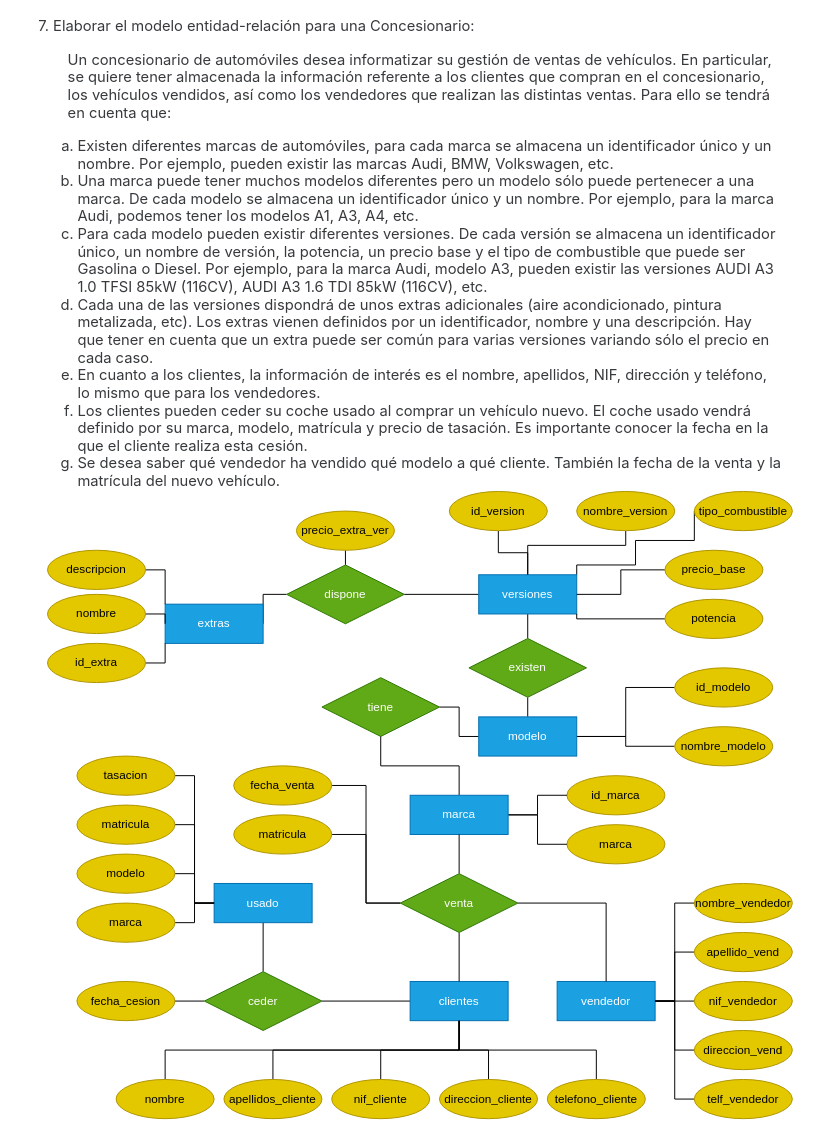
This is drawio/7_concesionario.drawio from jcfr4n/diagramas, a draw.io file, before an edit. Source tidied: cells renumbered, new cells numbered last; positions are measured from the earlier drawing's top-left corner, leaving out a move shared by most shapes. Both pictures are drawn from the tidied source at 98%, with x=0, y=0 at pixel (37, 21).
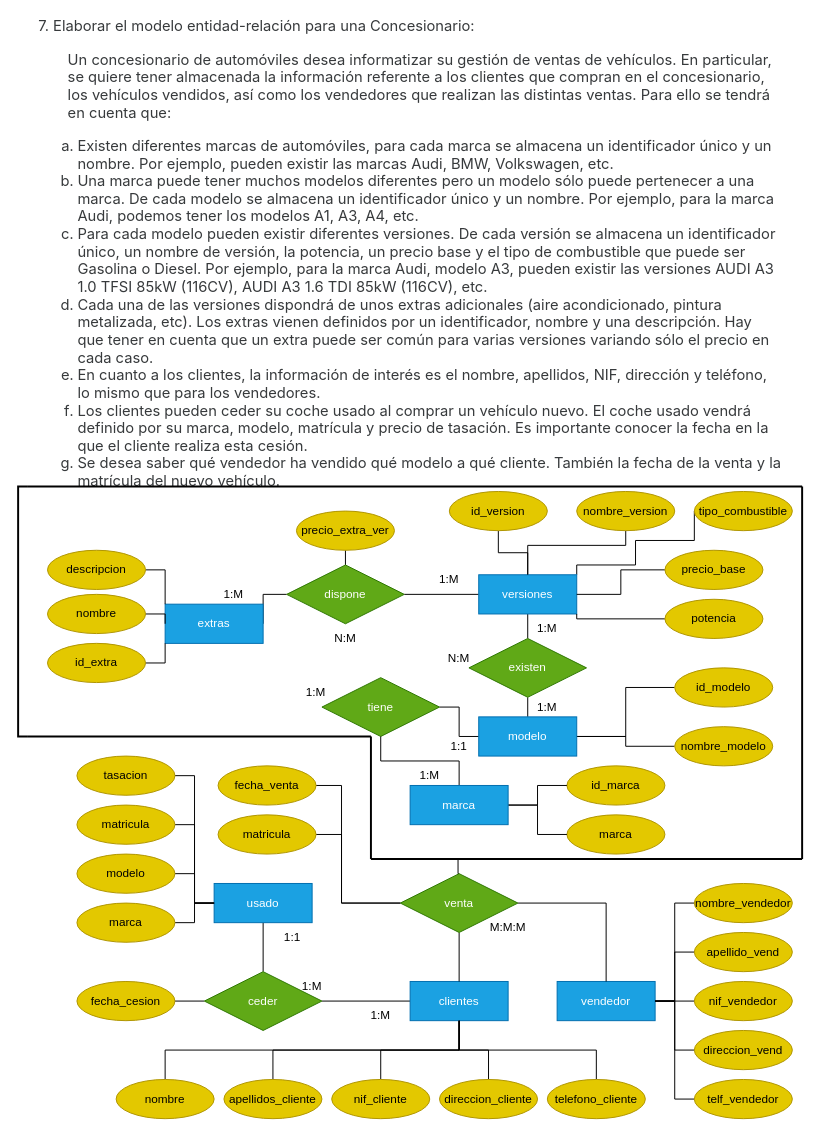
The same page after the edit.

Unchanged cells that the change refers to:
```xml
<mxCell id="82" value="venta" style="shape=rhombus;perimeter=rhombusPerimeter;whiteSpace=wrap;html=1;align=center;fillColor=#60a917;fontColor=#ffffff;strokeColor=#2D7600;" parent="1" vertex="1">
  <mxGeometry x="370" y="870" width="120" height="60" as="geometry" />
</mxCell>
```

What changed in the source:
```diff
@@
     <mxCell id="3" value="id_marca" style="ellipse;whiteSpace=wrap;html=1;align=center;fillColor=#e3c800;fontColor=#000000;strokeColor=#B09500;" parent="1" vertex="1">
-      <mxGeometry x="540" y="770" width="100" height="40" as="geometry" />
+      <mxGeometry x="540" y="760" width="100" height="40" as="geometry" />
     </mxCell>
     <mxCell id="4" value="marca" style="ellipse;whiteSpace=wrap;html=1;align=center;fillColor=#e3c800;fontColor=#000000;strokeColor=#B09500;" parent="1" vertex="1">
-      <mxGeometry x="540" y="820" width="100" height="40" as="geometry" />
+      <mxGeometry x="540" y="810" width="100" height="40" as="geometry" />
     </mxCell>
@@
     <mxCell id="10" value="marca" style="whiteSpace=wrap;html=1;align=center;fillColor=#1ba1e2;fontColor=#ffffff;strokeColor=#006EAF;" parent="1" vertex="1">
-      <mxGeometry x="380" y="790" width="100" height="40" as="geometry" />
+      <mxGeometry x="380" y="780" width="100" height="40" as="geometry" />
     </mxCell>
@@
-    <mxCell id="80" style="edgeStyle=orthogonalEdgeStyle;rounded=0;jettySize=auto;html=1;exitX=0.5;exitY=0;exitDx=0;exitDy=0;entryX=0.5;entryY=1;entryDx=0;entryDy=0;endArrow=none;endFill=0;" parent="1" edge="1" source="82" target="10">
+    <mxCell id="80" style="edgeStyle=orthogonalEdgeStyle;rounded=0;jettySize=auto;html=1;exitX=0.5;exitY=0;exitDx=0;exitDy=0;entryX=0.202;entryY=0.6;entryDx=0;entryDy=0;endArrow=none;endFill=0;entryPerimeter=0;" parent="1" edge="1" source="82" target="104">
       <mxGeometry relative="1" as="geometry" />
     </mxCell>
     <mxCell id="81" style="edgeStyle=orthogonalEdgeStyle;rounded=0;jettySize=auto;html=1;exitX=0;exitY=0.5;exitDx=0;exitDy=0;entryX=1;entryY=0.5;entryDx=0;entryDy=0;endArrow=none;endFill=0;" parent="1" edge="1" source="82" target="83">
-      <mxGeometry relative="1" as="geometry" />
+      <mxGeometry relative="1" as="geometry">
+        <Array as="points">
+          <mxPoint x="310" y="900" />
+          <mxPoint x="310" y="780" />
+        </Array>
+      </mxGeometry>
     </mxCell>
@@
     <mxCell id="83" value="fecha_venta" style="ellipse;whiteSpace=wrap;html=1;align=center;fillColor=#e3c800;fontColor=#000000;strokeColor=#B09500;" parent="1" vertex="1">
-      <mxGeometry x="200" y="760" width="100" height="40" as="geometry" />
+      <mxGeometry x="184" y="760" width="100" height="40" as="geometry" />
     </mxCell>
     <mxCell id="84" style="edgeStyle=orthogonalEdgeStyle;rounded=0;jettySize=auto;html=1;exitX=1;exitY=0.5;exitDx=0;exitDy=0;entryX=0;entryY=0.5;entryDx=0;entryDy=0;endArrow=none;endFill=0;" parent="1" edge="1" source="85" target="82">
-      <mxGeometry relative="1" as="geometry" />
+      <mxGeometry relative="1" as="geometry">
+        <Array as="points">
+          <mxPoint x="310" y="830" />
+          <mxPoint x="310" y="900" />
+        </Array>
+      </mxGeometry>
     </mxCell>
     <mxCell id="85" value="matricula" style="ellipse;whiteSpace=wrap;html=1;align=center;fillColor=#e3c800;fontColor=#000000;strokeColor=#B09500;" parent="1" vertex="1">
-      <mxGeometry x="200" y="810" width="100" height="40" as="geometry" />
+      <mxGeometry x="184" y="810" width="100" height="40" as="geometry" />
     </mxCell>
+    <mxCell id="86" value="1:1" style="text;html=1;strokeColor=none;fillColor=none;align=center;verticalAlign=middle;whiteSpace=wrap;rounded=0;" parent="1" vertex="1">
+      <mxGeometry x="230" y="920" width="60" height="30" as="geometry" />
+    </mxCell>
+    <mxCell id="87" value="1:1" style="text;html=1;strokeColor=none;fillColor=none;align=center;verticalAlign=middle;whiteSpace=wrap;rounded=0;" parent="1" vertex="1">
+      <mxGeometry x="400" y="725" width="60" height="30" as="geometry" />
+    </mxCell>
+    <mxCell id="88" value="1:M" style="text;html=1;strokeColor=none;fillColor=none;align=center;verticalAlign=middle;whiteSpace=wrap;rounded=0;" parent="1" vertex="1">
+      <mxGeometry x="250" y="970" width="60" height="30" as="geometry" />
+    </mxCell>
+    <mxCell id="89" value="1:M" style="text;html=1;strokeColor=none;fillColor=none;align=center;verticalAlign=middle;whiteSpace=wrap;rounded=0;" parent="1" vertex="1">
+      <mxGeometry x="320" y="1000" width="60" height="30" as="geometry" />
+    </mxCell>
+    <mxCell id="90" value="1:M" style="text;html=1;strokeColor=none;fillColor=none;align=center;verticalAlign=middle;whiteSpace=wrap;rounded=0;" parent="1" vertex="1">
+      <mxGeometry x="254" y="670" width="60" height="30" as="geometry" />
+    </mxCell>
+    <mxCell id="91" value="1:M" style="text;html=1;strokeColor=none;fillColor=none;align=center;verticalAlign=middle;whiteSpace=wrap;rounded=0;" parent="1" vertex="1">
+      <mxGeometry x="370" y="755" width="60" height="30" as="geometry" />
+    </mxCell>
+    <mxCell id="92" value="1:M" style="text;html=1;strokeColor=none;fillColor=none;align=center;verticalAlign=middle;whiteSpace=wrap;rounded=0;" parent="1" vertex="1">
+      <mxGeometry x="490" y="605" width="60" height="30" as="geometry" />
+    </mxCell>
+    <mxCell id="93" value="1:M" style="text;html=1;strokeColor=none;fillColor=none;align=center;verticalAlign=middle;whiteSpace=wrap;rounded=0;" parent="1" vertex="1">
+      <mxGeometry x="490" y="685" width="60" height="30" as="geometry" />
+    </mxCell>
+    <mxCell id="94" value="1:M" style="text;html=1;strokeColor=none;fillColor=none;align=center;verticalAlign=middle;whiteSpace=wrap;rounded=0;" parent="1" vertex="1">
+      <mxGeometry x="390" y="555" width="60" height="30" as="geometry" />
+    </mxCell>
+    <mxCell id="95" value="1:M" style="text;html=1;strokeColor=none;fillColor=none;align=center;verticalAlign=middle;whiteSpace=wrap;rounded=0;" parent="1" vertex="1">
+      <mxGeometry x="170" y="570" width="60" height="30" as="geometry" />
+    </mxCell>
+    <mxCell id="96" value="M:M:M" style="text;html=1;strokeColor=none;fillColor=none;align=center;verticalAlign=middle;whiteSpace=wrap;rounded=0;" parent="1" vertex="1">
+      <mxGeometry x="450" y="910" width="60" height="30" as="geometry" />
+    </mxCell>
+    <mxCell id="97" value="N:M" style="text;html=1;strokeColor=none;fillColor=none;align=center;verticalAlign=middle;whiteSpace=wrap;rounded=0;" parent="1" vertex="1">
+      <mxGeometry x="400" y="635" width="60" height="30" as="geometry" />
+    </mxCell>
+    <mxCell id="98" value="N:M" style="text;html=1;strokeColor=none;fillColor=none;align=center;verticalAlign=middle;whiteSpace=wrap;rounded=0;" parent="1" vertex="1">
+      <mxGeometry x="284" y="615" width="60" height="30" as="geometry" />
+    </mxCell>
+    <mxCell id="99" style="edgeStyle=orthogonalEdgeStyle;rounded=0;jettySize=auto;html=1;exitX=0;exitY=0.5;exitDx=0;exitDy=0;exitPerimeter=0;entryX=0;entryY=0.5;entryDx=0;entryDy=0;entryPerimeter=0;endArrow=none;endFill=0;strokeWidth=2;" parent="1" edge="1" source="101" target="103">
+      <mxGeometry relative="1" as="geometry">
+        <Array as="points">
+          <mxPoint x="-20" y="475" />
+          <mxPoint x="-20" y="730" />
+        </Array>
+      </mxGeometry>
+    </mxCell>
+    <mxCell id="100" style="edgeStyle=orthogonalEdgeStyle;rounded=0;jettySize=auto;html=1;exitX=1;exitY=0.5;exitDx=0;exitDy=0;exitPerimeter=0;entryX=1;entryY=0.5;entryDx=0;entryDy=0;entryPerimeter=0;endArrow=none;endFill=0;strokeWidth=2;" parent="1" edge="1" source="101" target="104">
+      <mxGeometry relative="1" as="geometry">
+        <Array as="points">
+          <mxPoint x="780" y="670" />
+          <mxPoint x="780" y="670" />
+        </Array>
+      </mxGeometry>
+    </mxCell>
+    <mxCell id="101" style="line;strokeWidth=2;html=1;" parent="1" vertex="1">
+      <mxGeometry x="-10" y="470" width="790" height="10" as="geometry" />
+    </mxCell>
+    <mxCell id="102" style="edgeStyle=orthogonalEdgeStyle;rounded=0;jettySize=auto;html=1;exitX=1;exitY=0.5;exitDx=0;exitDy=0;exitPerimeter=0;entryX=0;entryY=0.5;entryDx=0;entryDy=0;entryPerimeter=0;endArrow=none;endFill=0;strokeWidth=2;" parent="1" edge="1" source="103" target="104">
+      <mxGeometry relative="1" as="geometry">
+        <Array as="points">
+          <mxPoint x="340" y="760" />
+          <mxPoint x="340" y="760" />
+        </Array>
+      </mxGeometry>
+    </mxCell>
+    <mxCell id="103" style="line;strokeWidth=2;html=1;" parent="1" vertex="1">
+      <mxGeometry x="-10" y="725" width="350" height="10" as="geometry" />
+    </mxCell>
+    <mxCell id="104" style="line;strokeWidth=2;html=1;" parent="1" vertex="1">
+      <mxGeometry x="340" y="850" width="440" height="10" as="geometry" />
+    </mxCell>
```
